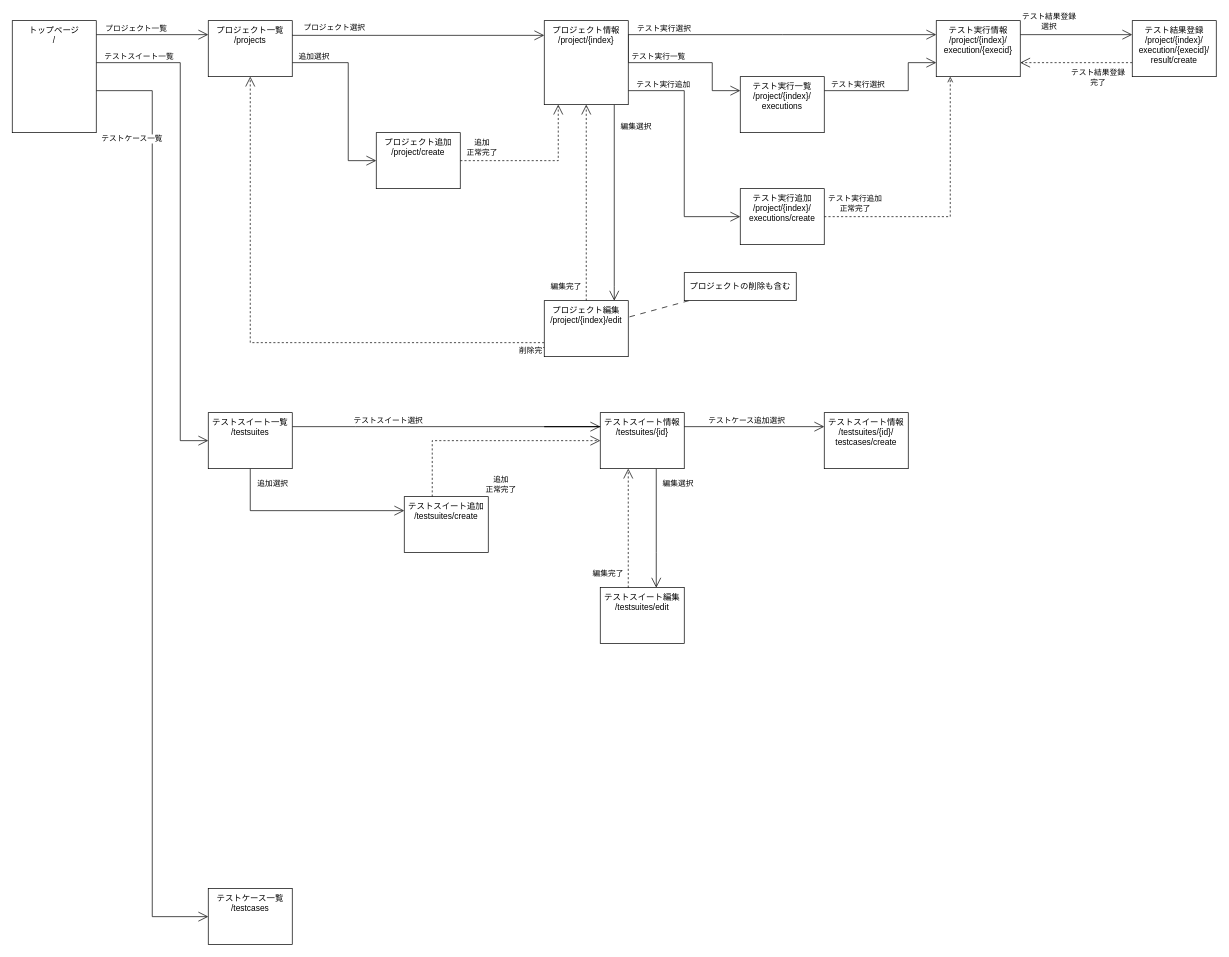
CountrySideEngineer/TestManagement keeps this draw.io diagram as doc/design/page_flow.drawio. Above is the earlier version. Source tidied: cells renumbered, new cells numbered last; positions are measured from the earlier drawing's top-left corner, leaving out a move shared by most shapes. Both pictures are drawn from the tidied source at 70%, with x=0, y=0 at pixel (12, 20).
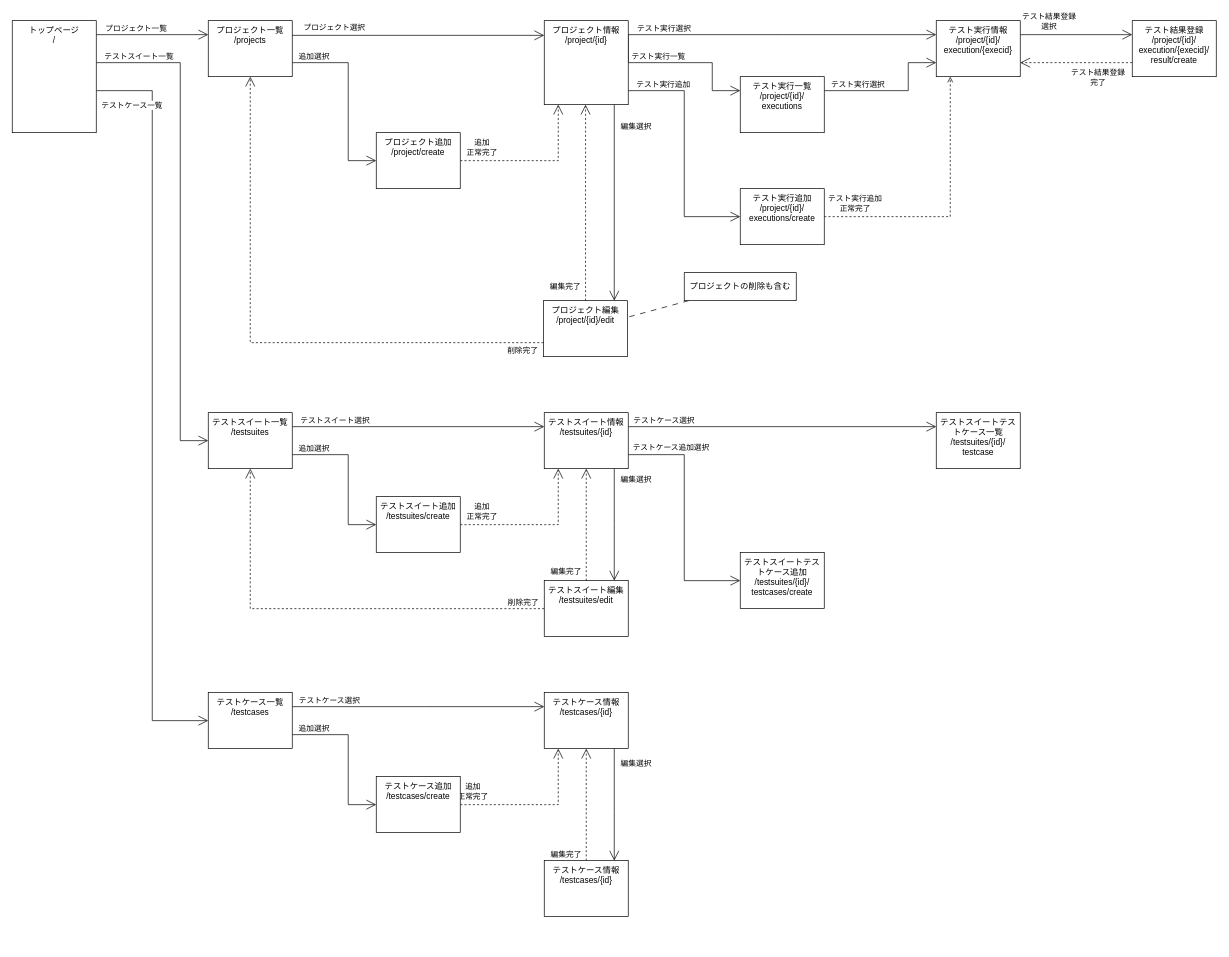
The same diagram, later.

Commit message:
Update page architecture.

The change refers to these unchanged cells:
```xml
<mxCell id="8" value="トップページ&lt;div&gt;/&lt;/div&gt;" style="rounded=0;whiteSpace=wrap;html=1;verticalAlign=top;" parent="1" vertex="1">
  <mxGeometry width="120" height="160" as="geometry" />
</mxCell>
<mxCell id="19" style="edgeStyle=orthogonalEdgeStyle;rounded=0;jettySize=auto;html=1;endSize=12;endArrow=open;endFill=0;" parent="1" edge="1" source="21" target="60">
  <mxGeometry relative="1" as="geometry">
    <Array as="points">
      <mxPoint x="490" y="580" />
      <mxPoint x="490" y="580" />
    </Array>
  </mxGeometry>
</mxCell>
<mxCell id="21" value="テストスイート一覧&lt;div&gt;/testsuites&lt;/div&gt;" style="rounded=0;whiteSpace=wrap;html=1;verticalAlign=top;" parent="1" vertex="1">
  <mxGeometry x="280" y="560" width="120" height="80" as="geometry" />
</mxCell>
<mxCell id="41" style="edgeStyle=orthogonalEdgeStyle;rounded=0;jettySize=auto;html=1;dashed=1;endSize=12;endArrow=open;endFill=0;" parent="1" edge="1" source="43" target="14">
  <mxGeometry relative="1" as="geometry">
    <Array as="points">
      <mxPoint x="340" y="460" />
    </Array>
  </mxGeometry>
</mxCell>
```

Change to the diagram source:
```diff
@@
     <mxCell id="6" style="edgeStyle=orthogonalEdgeStyle;html=1;rounded=0;curved=0;endSize=12;endArrow=open;endFill=0;" parent="1" edge="1" source="8" target="22">
       <mxGeometry x="-0.06" relative="1" as="geometry">
         <Array as="points">
           <mxPoint x="200" y="100" />
-          <mxPoint x="200" y="1280" />
+          <mxPoint x="200" y="1000" />
         </Array>
       </mxGeometry>
     </mxCell>
@@
     <mxCell id="15" style="edgeStyle=orthogonalEdgeStyle;rounded=0;jettySize=auto;html=1;endArrow=open;endFill=0;endSize=12;" parent="1" edge="1" source="21" target="51">
       <mxGeometry relative="1" as="geometry">
         <Array as="points">
-          <mxPoint x="340" y="700" />
+          <mxPoint x="480" y="620" />
+          <mxPoint x="480" y="720" />
         </Array>
       </mxGeometry>
     </mxCell>
     <mxCell id="16" value="追加選択" style="edgeLabel;html=1;align=center;verticalAlign=middle;" parent="15" vertex="1">
       <mxGeometry x="-0.21" relative="1" as="geometry">
-        <mxPoint x="-20" y="-40" as="offset" />
+        <mxPoint x="-50" y="-17" as="offset" />
       </mxGeometry>
     </mxCell>
     <mxCell id="17" style="edgeStyle=orthogonalEdgeStyle;rounded=0;jettySize=auto;html=1;endArrow=open;endFill=0;endSize=12;" parent="1" edge="1" source="60" target="55">
       <mxGeometry relative="1" as="geometry">
         <Array as="points">
-          <mxPoint x="920" y="760" />
-          <mxPoint x="920" y="760" />
+          <mxPoint x="860" y="720" />
+          <mxPoint x="860" y="720" />
         </Array>
       </mxGeometry>
     </mxCell>
@@
     <mxCell id="20" value="テストスイート選択" style="edgeLabel;html=1;align=center;verticalAlign=middle;" parent="19" vertex="1">
       <mxGeometry x="-0.46" y="-3" relative="1" as="geometry">
-        <mxPoint x="17" y="-13" as="offset" />
+        <mxPoint x="-37" y="-13" as="offset" />
       </mxGeometry>
     </mxCell>
@@
+    <mxCell id="62" style="edgeStyle=orthogonalEdgeStyle;rounded=0;jettySize=auto;html=1;endSize=12;endArrow=open;endFill=0;" parent="1" edge="1" source="22" target="76">
+      <mxGeometry relative="1" as="geometry">
+        <Array as="points">
+          <mxPoint x="590" y="980" />
+          <mxPoint x="590" y="980" />
+        </Array>
+      </mxGeometry>
+    </mxCell>
+    <mxCell id="63" value="テストケース選択" style="edgeLabel;html=1;align=center;verticalAlign=middle;" parent="62" vertex="1">
+      <mxGeometry x="-0.71" y="-3" relative="1" as="geometry">
+        <mxPoint y="-13" as="offset" />
+      </mxGeometry>
+    </mxCell>
+    <mxCell id="64" style="edgeStyle=orthogonalEdgeStyle;rounded=0;jettySize=auto;html=1;endArrow=open;endFill=0;endSize=12;" parent="1" edge="1" source="22" target="73">
+      <mxGeometry relative="1" as="geometry">
+        <Array as="points">
+          <mxPoint x="480" y="1020" />
+          <mxPoint x="480" y="1120" />
+        </Array>
+      </mxGeometry>
+    </mxCell>
+    <mxCell id="65" value="追加選択" style="edgeLabel;html=1;align=center;verticalAlign=middle;" parent="64" vertex="1">
+      <mxGeometry x="-0.47" y="-1" relative="1" as="geometry">
+        <mxPoint x="-28" y="-11" as="offset" />
+      </mxGeometry>
+    </mxCell>
     <mxCell id="22" value="テストケース一覧&lt;div&gt;/testcases&lt;/div&gt;" style="rounded=0;whiteSpace=wrap;html=1;verticalAlign=top;" parent="1" vertex="1">
-      <mxGeometry x="280" y="1240" width="120" height="80" as="geometry" />
+      <mxGeometry x="280" y="960" width="120" height="80" as="geometry" />
     </mxCell>
@@
-    <mxCell id="27" value="プロジェクト情報&lt;div&gt;/project/{index}&lt;/div&gt;" style="rounded=0;whiteSpace=wrap;html=1;verticalAlign=top;" parent="1" vertex="1">
+    <mxCell id="27" value="プロジェクト情報&lt;div&gt;/project/{id}&lt;/div&gt;" style="rounded=0;whiteSpace=wrap;html=1;verticalAlign=top;" parent="1" vertex="1">
       <mxGeometry x="760" width="120" height="120" as="geometry" />
     </mxCell>
@@
-    <mxCell id="32" value="テスト実行一覧&lt;br&gt;&lt;div&gt;/project/{index}/&lt;/div&gt;&lt;div&gt;executions&lt;/div&gt;" style="rounded=0;whiteSpace=wrap;html=1;verticalAlign=top;" parent="1" vertex="1">
+    <mxCell id="32" value="テスト実行一覧&lt;br&gt;&lt;div&gt;/project/{id}/&lt;/div&gt;&lt;div&gt;executions&lt;/div&gt;" style="rounded=0;whiteSpace=wrap;html=1;verticalAlign=top;" parent="1" vertex="1">
       <mxGeometry x="1040" y="80" width="120" height="80" as="geometry" />
     </mxCell>
@@
-    <mxCell id="35" value="テスト実行情報&lt;br&gt;&lt;div&gt;/project/{index}/&lt;/div&gt;&lt;div&gt;execution/{execid}&lt;/div&gt;" style="rounded=0;whiteSpace=wrap;html=1;verticalAlign=top;" parent="1" vertex="1">
+    <mxCell id="35" value="テスト実行情報&lt;br&gt;&lt;div&gt;/project/{id}/&lt;/div&gt;&lt;div&gt;execution/{execid}&lt;/div&gt;" style="rounded=0;whiteSpace=wrap;html=1;verticalAlign=top;" parent="1" vertex="1">
       <mxGeometry x="1320" width="120" height="80" as="geometry" />
     </mxCell>
@@
     <mxCell id="42" value="削除完了" style="edgeLabel;html=1;align=center;verticalAlign=middle;" parent="41" vertex="1">
       <mxGeometry x="-0.57" y="-1" relative="1" as="geometry">
-        <mxPoint x="157" y="11" as="offset" />
+        <mxPoint x="141" y="11" as="offset" />
       </mxGeometry>
     </mxCell>
-    <mxCell id="43" value="プロジェクト編集&lt;div&gt;/project/{index}/edit&lt;/div&gt;" style="rounded=0;whiteSpace=wrap;html=1;verticalAlign=top;" parent="1" vertex="1">
-      <mxGeometry x="760" y="400" width="120" height="80" as="geometry" />
+    <mxCell id="43" value="プロジェクト編集&lt;div&gt;/project/{id}/edit&lt;/div&gt;" style="rounded=0;whiteSpace=wrap;html=1;verticalAlign=top;" parent="1" vertex="1">
+      <mxGeometry x="759" y="400" width="120" height="80" as="geometry" />
     </mxCell>
@@
-    <mxCell id="48" value="テスト結果登録&lt;br&gt;&lt;div&gt;/project/{index}/&lt;/div&gt;&lt;div&gt;execution/{execid}/&lt;/div&gt;&lt;div&gt;result/create&lt;/div&gt;" style="rounded=0;whiteSpace=wrap;html=1;verticalAlign=top;" parent="1" vertex="1">
+    <mxCell id="48" value="テスト結果登録&lt;br&gt;&lt;div&gt;/project/{id}/&lt;/div&gt;&lt;div&gt;execution/{execid}/&lt;/div&gt;&lt;div&gt;result/create&lt;/div&gt;" style="rounded=0;whiteSpace=wrap;html=1;verticalAlign=top;" parent="1" vertex="1">
       <mxGeometry x="1600" width="120" height="80" as="geometry" />
     </mxCell>
     <mxCell id="49" style="edgeStyle=orthogonalEdgeStyle;rounded=0;jettySize=auto;html=1;endSize=12;endArrow=open;endFill=0;dashed=1;" parent="1" edge="1" source="51" target="60">
       <mxGeometry relative="1" as="geometry">
         <Array as="points">
-          <mxPoint x="600" y="740" />
+          <mxPoint x="780" y="720" />
         </Array>
       </mxGeometry>
     </mxCell>
     <mxCell id="50" value="追加&lt;div&gt;正常完了&lt;/div&gt;" style="edgeLabel;html=1;align=center;verticalAlign=middle;" parent="49" vertex="1">
       <mxGeometry x="0.29" y="1" relative="1" as="geometry">
-        <mxPoint x="-29" y="63" as="offset" />
+        <mxPoint x="-109" y="-18" as="offset" />
       </mxGeometry>
     </mxCell>
     <mxCell id="51" value="テストスイート追加&lt;div&gt;/testsuites/create&lt;/div&gt;" style="rounded=0;whiteSpace=wrap;html=1;verticalAlign=top;" parent="1" vertex="1">
-      <mxGeometry x="560" y="680" width="120" height="80" as="geometry" />
+      <mxGeometry x="520" y="680" width="120" height="80" as="geometry" />
     </mxCell>
@@
-    <mxCell id="54" value="テスト実行追加&lt;br&gt;&lt;div&gt;/project/{index}/&lt;/div&gt;&lt;div&gt;executions/create&lt;/div&gt;" style="rounded=0;whiteSpace=wrap;html=1;verticalAlign=top;" parent="1" vertex="1">
+    <mxCell id="54" value="テスト実行追加&lt;br&gt;&lt;div&gt;/project/{id}/&lt;/div&gt;&lt;div&gt;executions/create&lt;/div&gt;" style="rounded=0;whiteSpace=wrap;html=1;verticalAlign=top;" parent="1" vertex="1">
       <mxGeometry x="1040" y="240" width="120" height="80" as="geometry" />
     </mxCell>
+    <mxCell id="66" style="edgeStyle=orthogonalEdgeStyle;rounded=0;jettySize=auto;html=1;endSize=12;endArrow=open;endFill=0;dashed=1;" parent="1" edge="1" source="55" target="21">
+      <mxGeometry relative="1" as="geometry" />
+    </mxCell>
+    <mxCell id="67" value="削除完了" style="edgeLabel;html=1;align=center;verticalAlign=middle;" parent="66" vertex="1">
+      <mxGeometry x="-0.83" y="-3" relative="1" as="geometry">
+        <mxPoint x="22" y="-7" as="offset" />
+      </mxGeometry>
+    </mxCell>
     <mxCell id="55" value="テストスイート編集&lt;div&gt;/testsuites/edit&lt;/div&gt;" style="rounded=0;whiteSpace=wrap;html=1;verticalAlign=top;" parent="1" vertex="1">
-      <mxGeometry x="840" y="810" width="120" height="80" as="geometry" />
+      <mxGeometry x="760" y="800" width="120" height="80" as="geometry" />
     </mxCell>
     <mxCell id="56" style="edgeStyle=orthogonalEdgeStyle;rounded=0;jettySize=auto;html=1;endSize=12;endArrow=open;endFill=0;dashed=1;" parent="1" edge="1" source="55" target="60">
       <mxGeometry relative="1" as="geometry">
         <Array as="points">
-          <mxPoint x="880" y="690" />
-          <mxPoint x="880" y="690" />
+          <mxPoint x="820" y="720" />
+          <mxPoint x="820" y="720" />
         </Array>
       </mxGeometry>
     </mxCell>
@@
     <mxCell id="58" style="edgeStyle=orthogonalEdgeStyle;rounded=0;jettySize=auto;html=1;endSize=12;endArrow=open;endFill=0;" parent="1" edge="1" source="60" target="61">
       <mxGeometry relative="1" as="geometry">
         <Array as="points">
-          <mxPoint x="760" y="580" />
-          <mxPoint x="760" y="580" />
+          <mxPoint x="960" y="620" />
+          <mxPoint x="960" y="800" />
         </Array>
       </mxGeometry>
     </mxCell>
     <mxCell id="59" value="テストケース追加選択" style="edgeLabel;html=1;align=center;verticalAlign=middle;" parent="58" vertex="1">
       <mxGeometry x="-0.28" y="-1" relative="1" as="geometry">
-        <mxPoint x="195" y="-11" as="offset" />
+        <mxPoint x="-19" y="-53" as="offset" />
       </mxGeometry>
     </mxCell>
+    <mxCell id="68" style="edgeStyle=orthogonalEdgeStyle;rounded=0;jettySize=auto;html=1;endArrow=open;endFill=0;endSize=12;" parent="1" edge="1" source="60" target="70">
+      <mxGeometry relative="1" as="geometry">
+        <Array as="points">
+          <mxPoint x="1110" y="580" />
+          <mxPoint x="1110" y="580" />
+        </Array>
+      </mxGeometry>
+    </mxCell>
+    <mxCell id="69" value="テストケース選択" style="edgeLabel;html=1;align=center;verticalAlign=middle;" parent="68" vertex="1">
+      <mxGeometry x="-0.64" y="-2" relative="1" as="geometry">
+        <mxPoint x="-29" y="-12" as="offset" />
+      </mxGeometry>
+    </mxCell>
     <mxCell id="60" value="テストスイート情報&lt;div&gt;/testsuites/{id}&lt;/div&gt;" style="rounded=0;whiteSpace=wrap;html=1;verticalAlign=top;" parent="1" vertex="1">
-      <mxGeometry x="840" y="560" width="120" height="80" as="geometry" />
+      <mxGeometry x="760" y="560" width="120" height="80" as="geometry" />
     </mxCell>
-    <mxCell id="61" value="テストスイート情報&lt;div&gt;/testsuites/{id}/&lt;/div&gt;&lt;div&gt;testcases/create&lt;/div&gt;" style="rounded=0;whiteSpace=wrap;html=1;verticalAlign=top;" parent="1" vertex="1">
-      <mxGeometry x="1160" y="560" width="120" height="80" as="geometry" />
+    <mxCell id="61" value="テストスイートテストケース追加&lt;div&gt;/testsuites/{id}/&lt;/div&gt;&lt;div&gt;testcases/create&lt;/div&gt;" style="rounded=0;whiteSpace=wrap;html=1;verticalAlign=top;" parent="1" vertex="1">
+      <mxGeometry x="1040" y="760" width="120" height="80" as="geometry" />
     </mxCell>
+    <mxCell id="70" value="テストスイートテストケース一覧&lt;div&gt;&lt;div&gt;/testsuites/{id}/&lt;/div&gt;&lt;div&gt;testcase&lt;/div&gt;&lt;/div&gt;" style="rounded=0;whiteSpace=wrap;html=1;verticalAlign=top;" parent="1" vertex="1">
+      <mxGeometry x="1320" y="560" width="120" height="80" as="geometry" />
+    </mxCell>
+    <mxCell id="71" style="edgeStyle=orthogonalEdgeStyle;rounded=0;jettySize=auto;html=1;endArrow=open;endFill=0;endSize=12;dashed=1;" parent="1" edge="1" source="73" target="76">
+      <mxGeometry relative="1" as="geometry">
+        <Array as="points">
+          <mxPoint x="780" y="1120" />
+        </Array>
+      </mxGeometry>
+    </mxCell>
+    <mxCell id="72" value="追加&lt;div&gt;正常完了&lt;/div&gt;" style="edgeLabel;html=1;align=center;verticalAlign=middle;" parent="71" vertex="1">
+      <mxGeometry x="-0.35" y="-3" relative="1" as="geometry">
+        <mxPoint x="-55" y="-23" as="offset" />
+      </mxGeometry>
+    </mxCell>
+    <mxCell id="73" value="テストケース追加&lt;div&gt;/testcases/create&lt;/div&gt;" style="rounded=0;whiteSpace=wrap;html=1;verticalAlign=top;" parent="1" vertex="1">
+      <mxGeometry x="520" y="1080" width="120" height="80" as="geometry" />
+    </mxCell>
+    <mxCell id="74" style="edgeStyle=orthogonalEdgeStyle;rounded=0;jettySize=auto;html=1;endArrow=open;endFill=0;endSize=12;" parent="1" edge="1" source="76" target="79">
+      <mxGeometry relative="1" as="geometry">
+        <Array as="points">
+          <mxPoint x="860" y="1130" />
+          <mxPoint x="860" y="1130" />
+        </Array>
+      </mxGeometry>
+    </mxCell>
+    <mxCell id="75" value="編集選択" style="edgeLabel;html=1;align=center;verticalAlign=middle;" parent="74" vertex="1">
+      <mxGeometry x="0.04" y="2" relative="1" as="geometry">
+        <mxPoint x="28" y="-63" as="offset" />
+      </mxGeometry>
+    </mxCell>
+    <mxCell id="76" value="テストケース情報&lt;div&gt;/testcases/{id}&lt;/div&gt;" style="rounded=0;whiteSpace=wrap;html=1;verticalAlign=top;" parent="1" vertex="1">
+      <mxGeometry x="760" y="960" width="120" height="80" as="geometry" />
+    </mxCell>
+    <mxCell id="77" style="edgeStyle=orthogonalEdgeStyle;rounded=0;jettySize=auto;html=1;dashed=1;endArrow=open;endFill=0;endSize=12;" parent="1" edge="1" source="79" target="76">
+      <mxGeometry relative="1" as="geometry" />
+    </mxCell>
+    <mxCell id="78" value="編集完了" style="edgeLabel;html=1;align=center;verticalAlign=middle;" parent="77" vertex="1">
+      <mxGeometry x="-0.54" y="2" relative="1" as="geometry">
+        <mxPoint x="-28" y="27" as="offset" />
+      </mxGeometry>
+    </mxCell>
+    <mxCell id="79" value="テストケース情報&lt;div&gt;/testcases/{id}&lt;/div&gt;" style="rounded=0;whiteSpace=wrap;html=1;verticalAlign=top;" parent="1" vertex="1">
+      <mxGeometry x="760" y="1200" width="120" height="80" as="geometry" />
+    </mxCell>
```
